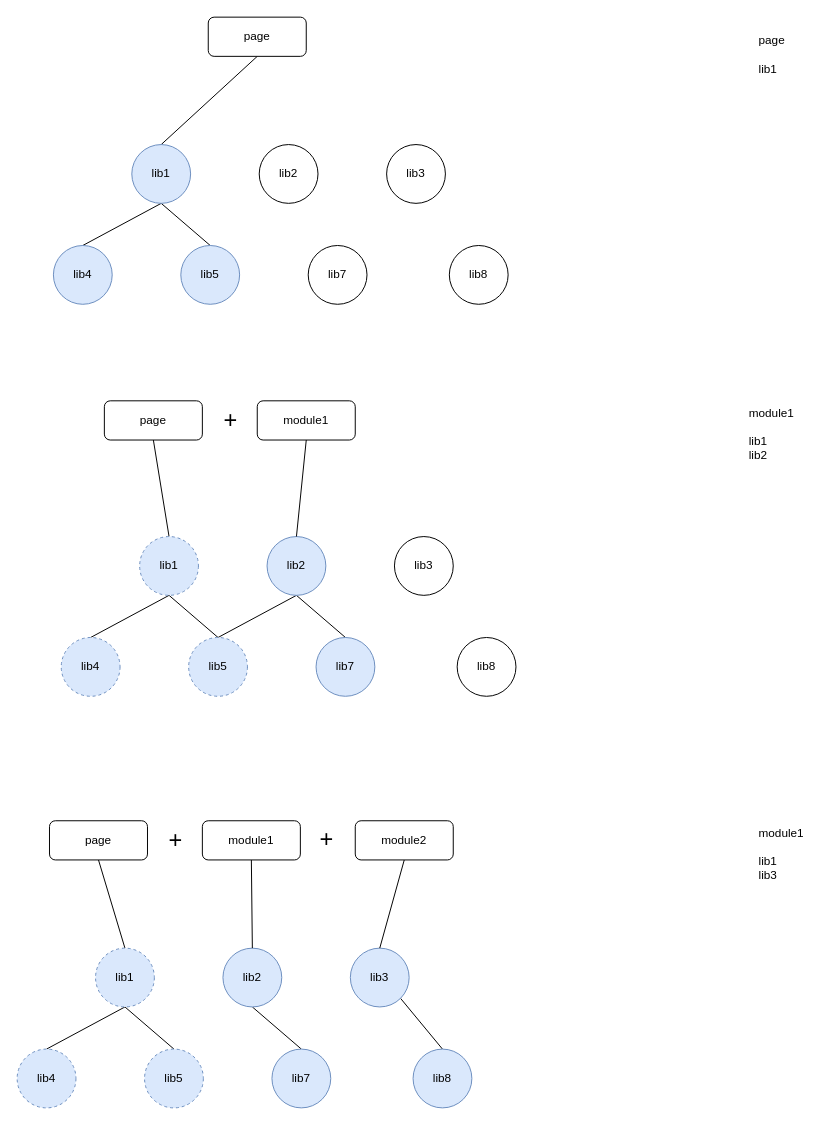
Before: lib deps.drawio in lokewei/draw.io, a draw.io diagram. Source tidied: cells renumbered, new cells numbered last; positions are measured from the earlier drawing's top-left corner, leaving out a move shared by most shapes. Both pictures are drawn from the tidied source at 98%, with x=0, y=0 at pixel (17, 17).
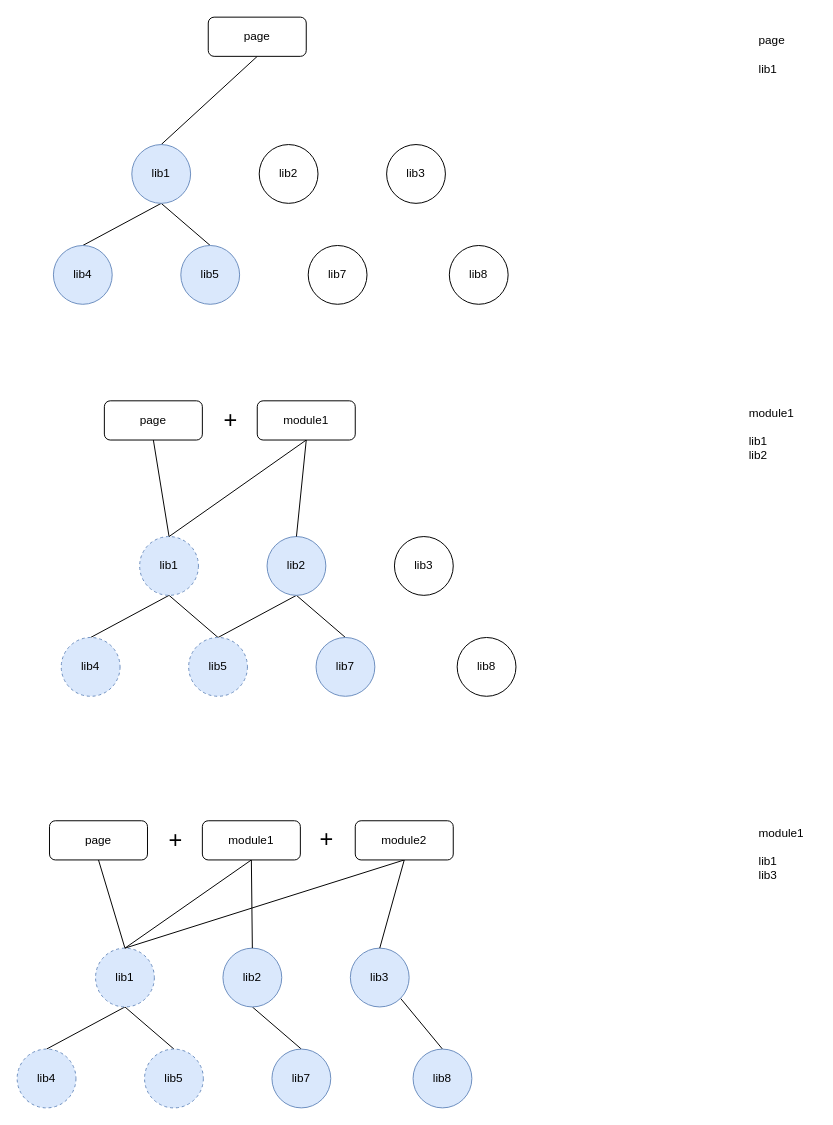
The same page after the edit.

The change refers to these unchanged cells:
```xml
<mxCell id="17" value="lib1" style="ellipse;whiteSpace=wrap;html=1;fillColor=#dae8fc;strokeColor=#6c8ebf;gradientColor=none;dashed=1;" parent="1" vertex="1">
  <mxGeometry x="125" y="530" width="60" height="60" as="geometry" />
</mxCell>
<mxCell id="27" value="module1" style="rounded=1;whiteSpace=wrap;html=1;" parent="1" vertex="1">
  <mxGeometry x="245" y="391.5" width="100" height="40" as="geometry" />
</mxCell>
<mxCell id="33" value="lib1" style="ellipse;whiteSpace=wrap;html=1;fillColor=#dae8fc;strokeColor=#6c8ebf;dashed=1;" parent="1" vertex="1">
  <mxGeometry x="80" y="950" width="60" height="60" as="geometry" />
</mxCell>
<mxCell id="43" value="module1" style="rounded=1;whiteSpace=wrap;html=1;" parent="1" vertex="1">
  <mxGeometry x="189" y="820" width="100" height="40" as="geometry" />
</mxCell>
<mxCell id="46" value="module2" style="rounded=1;whiteSpace=wrap;html=1;" parent="1" vertex="1">
  <mxGeometry x="345" y="820" width="100" height="40" as="geometry" />
</mxCell>
```

What changed in the source:
```diff
@@
+    <mxCell id="51" style="rounded=0;jettySize=auto;html=1;exitX=0.5;exitY=1;exitDx=0;exitDy=0;entryX=0.5;entryY=0;entryDx=0;entryDy=0;endArrow=none;endFill=0;" parent="1" edge="1" source="27" target="17">
+      <mxGeometry relative="1" as="geometry" />
+    </mxCell>
@@
+    <mxCell id="52" style="edgeStyle=none;rounded=0;jettySize=auto;html=1;exitX=0.5;exitY=1;exitDx=0;exitDy=0;entryX=0.5;entryY=0;entryDx=0;entryDy=0;endArrow=none;endFill=0;" parent="1" edge="1" source="43" target="33">
+      <mxGeometry relative="1" as="geometry" />
+    </mxCell>
@@
+    <mxCell id="53" style="edgeStyle=none;rounded=0;jettySize=auto;html=1;exitX=0.5;exitY=1;exitDx=0;exitDy=0;entryX=0.5;entryY=0;entryDx=0;entryDy=0;endArrow=none;endFill=0;" parent="1" edge="1" source="46" target="33">
+      <mxGeometry relative="1" as="geometry" />
+    </mxCell>
```
